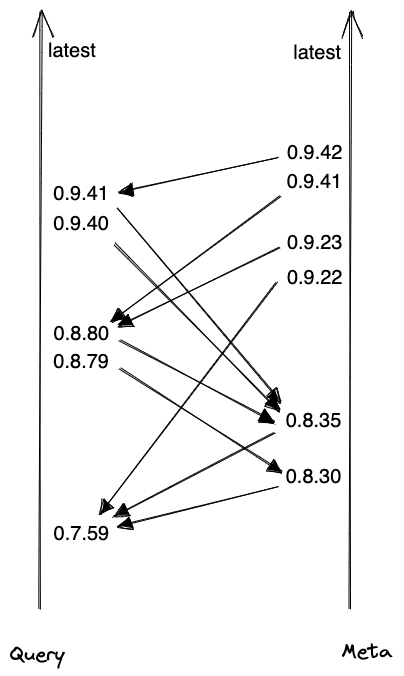
The Excalidraw diagram docs/public/img/deploy/compatibility.excalidraw.png in databendlabs/databend, before a commit. Source tidied: one line per element, renumbered; positions are measured from the earlier drawing's top-left corner, leaving out a move shared by most shapes.
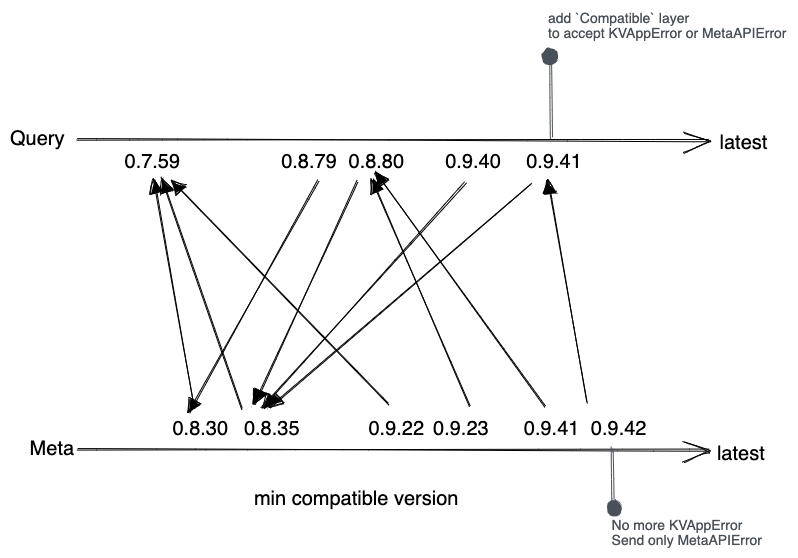
The same file after the commit.

Commit message:
doc: explain compatibility changes

Change to the diagram source:
```diff
@@ -1,27 +1,32 @@
-{"id": 0, "type": "arrow", "strokeColor": "#000000", "strokeWidth": 1, "roughness": 1, "endArrowhead": "arrow", "x": 31, "y": 597, "width": 0, "height": 597, "points": [[0, 0], [0, -597]]}
+{"id": 0, "type": "arrow", "strokeColor": "#000000", "angle": 1.57, "strokeWidth": 1, "roughness": 1, "endArrowhead": "arrow", "from": 3, "to": 12, "x": 63, "y": 687, "width": 0, "height": 632, "points": [[0, 0], [0, -632]]}
-{"id": 1, "type": "arrow", "strokeColor": "#000000", "strokeWidth": 1, "roughness": 1, "endArrowhead": "arrow", "x": 341, "y": 597, "width": 0, "height": 597, "points": [[0, 0], [0, -597]]}
+{"id": 1, "type": "arrow", "strokeColor": "#000000", "angle": 1.57, "strokeWidth": 1, "roughness": 1, "endArrowhead": "arrow", "from": 2, "to": 11, "x": 63, "y": 997, "width": 0, "height": 632, "points": [[0, 0], [0, -632]]}
-{"id": 2, "type": "text", "text": "Meta", "strokeColor": "#000000", "strokeWidth": 1, "roughness": 1, "fontSize": 20, "fontFamily": 1, "x": 332, "y": 628, "width": 53, "height": 25}
+{"id": 2, "type": "text", "text": "Meta", "strokeColor": "#000000", "strokeWidth": 1, "roughness": 1, "fontSize": 20, "fontFamily": 2, "x": -302, "y": 666, "width": 46, "height": 23}
-{"id": 3, "type": "text", "text": "Query", "strokeColor": "#000000", "strokeWidth": 1, "roughness": 1, "fontSize": 20, "fontFamily": 1, "x": 0, "y": 631, "width": 56, "height": 25}
+{"id": 3, "type": "text", "text": "Query", "strokeColor": "#000000", "strokeWidth": 1, "roughness": 1, "fontSize": 20, "fontFamily": 2, "x": -321, "y": 356, "width": 56, "height": 23}
-{"id": 4, "type": "text", "text": "0.7.59", "strokeColor": "#000000", "strokeWidth": 1, "roughness": 1, "fontSize": 20, "fontFamily": 2, "x": 44, "y": 510, "width": 58, "height": 23}
+{"id": 4, "type": "text", "text": "0.7.59", "strokeColor": "#000000", "strokeWidth": 1, "roughness": 1, "fontSize": 20, "fontFamily": 2, "x": -207, "y": 379, "width": 58, "height": 23}
-{"id": 5, "type": "text", "text": "0.8.30", "strokeColor": "#000000", "strokeWidth": 1, "roughness": 1, "fontSize": 20, "fontFamily": 2, "x": 276, "y": 452, "width": 58, "height": 23}
+{"id": 5, "type": "text", "text": "0.8.30", "strokeColor": "#000000", "strokeWidth": 1, "roughness": 1, "fontSize": 20, "fontFamily": 2, "x": -159, "y": 646, "width": 58, "height": 23}
-{"id": 6, "type": "text", "text": "0.8.35", "strokeColor": "#000000", "strokeWidth": 1, "roughness": 1, "fontSize": 20, "fontFamily": 2, "x": 276, "y": 396, "width": 58, "height": 23}
+{"id": 6, "type": "text", "text": "0.8.35", "strokeColor": "#000000", "strokeWidth": 1, "roughness": 1, "fontSize": 20, "fontFamily": 2, "x": -87, "y": 646, "width": 58, "height": 23}
-{"id": 7, "type": "text", "text": "0.8.79", "strokeColor": "#000000", "strokeWidth": 1, "roughness": 1, "fontSize": 20, "fontFamily": 2, "x": 43, "y": 338, "width": 58, "height": 23}
+{"id": 7, "type": "text", "text": "0.8.79", "strokeColor": "#000000", "strokeWidth": 1, "roughness": 1, "fontSize": 20, "fontFamily": 2, "x": -50, "y": 379, "width": 58, "height": 23}
-{"id": 8, "type": "text", "text": "0.8.80", "strokeColor": "#000000", "strokeWidth": 1, "roughness": 1, "fontSize": 20, "fontFamily": 2, "x": 44, "y": 310, "width": 58, "height": 23}
+{"id": 8, "type": "text", "text": "0.8.80", "strokeColor": "#000000", "strokeWidth": 1, "roughness": 1, "fontSize": 20, "fontFamily": 2, "x": 17, "y": 379, "width": 58, "height": 23}
-{"id": 9, "type": "text", "text": "0.9.41", "strokeColor": "#000000", "strokeWidth": 1, "roughness": 1, "fontSize": 20, "fontFamily": 2, "x": 43, "y": 170, "width": 58, "height": 23}
+{"id": 9, "type": "text", "text": "0.9.41", "strokeColor": "#000000", "strokeWidth": 1, "roughness": 1, "fontSize": 20, "fontFamily": 2, "x": 195, "y": 379, "width": 58, "height": 23}
-{"id": 10, "type": "text", "text": "0.9.40", "strokeColor": "#000000", "strokeWidth": 1, "roughness": 1, "fontSize": 20, "fontFamily": 2, "x": 43, "y": 200, "width": 58, "height": 23}
+{"id": 10, "type": "text", "text": "0.9.40", "strokeColor": "#000000", "strokeWidth": 1, "roughness": 1, "fontSize": 20, "fontFamily": 2, "x": 114, "y": 379, "width": 58, "height": 23}
-{"id": 11, "type": "text", "text": "latest", "strokeColor": "#000000", "strokeWidth": 1, "roughness": 1, "fontSize": 20, "fontFamily": 2, "x": 283, "y": 28, "width": 50, "height": 23}
+{"id": 11, "type": "text", "text": "latest", "strokeColor": "#000000", "strokeWidth": 1, "roughness": 1, "fontSize": 20, "fontFamily": 2, "x": 386, "y": 671, "width": 50, "height": 23}
-{"id": 12, "type": "text", "text": "latest", "strokeColor": "#000000", "strokeWidth": 1, "roughness": 1, "fontSize": 20, "fontFamily": 2, "x": 38, "y": 27, "width": 50, "height": 23}
+{"id": 12, "type": "text", "text": "latest", "strokeColor": "#000000", "strokeWidth": 1, "roughness": 1, "fontSize": 20, "fontFamily": 2, "x": 388, "y": 361, "width": 50, "height": 23}
-{"id": 13, "type": "arrow", "strokeColor": "#000000", "strokeWidth": 1, "roughness": 1, "endArrowhead": "triangle", "from": 5, "to": 4, "x": 268, "y": 475, "width": 160, "height": 40, "points": [[0, 0], [-160, 40]]}
+{"id": 13, "type": "arrow", "strokeColor": "#000000", "angle": 1.57, "strokeWidth": 1, "roughness": 1, "endArrowhead": "triangle", "from": 5, "to": 4, "x": -43, "y": 503, "width": 228, "height": 41, "points": [[0, 0], [-228, 41]]}
-{"id": 14, "type": "arrow", "strokeColor": "#000000", "strokeWidth": 1, "roughness": 1, "endArrowhead": "triangle", "from": 7, "to": 5, "x": 110, "y": 358, "width": 162, "height": 102, "points": [[0, 0], [162, 102]]}
+{"id": 14, "type": "arrow", "strokeColor": "#000000", "angle": 1.57, "strokeWidth": 1, "roughness": 1, "endArrowhead": "triangle", "from": 7, "to": 5, "x": -194, "y": 463, "width": 233, "height": 128, "points": [[0, 0], [233, 128]]}
-{"id": 15, "type": "arrow", "strokeColor": "#000000", "strokeWidth": 1, "roughness": 1, "endArrowhead": "triangle", "from": 18, "to": 8, "x": 269, "y": 236, "width": 160, "height": 79, "points": [[0, 0], [-160, 79]]}
+{"id": 15, "type": "arrow", "strokeColor": "#000000", "angle": 1.57, "strokeWidth": 1, "roughness": 1, "endArrowhead": "triangle", "from": 18, "to": 8, "x": 202, "y": 474, "width": 226, "height": 98, "points": [[0, 0], [-226, 98]]}
-{"id": 16, "type": "arrow", "strokeColor": "#000000", "strokeWidth": 1, "roughness": 1, "endArrowhead": "triangle", "from": 8, "to": 6, "x": 109, "y": 329, "width": 156, "height": 82, "points": [[0, 0], [156, 82]]}
+{"id": 16, "type": "arrow", "strokeColor": "#000000", "angle": 1.57, "strokeWidth": 1, "roughness": 1, "endArrowhead": "triangle", "from": 8, "to": 6, "x": -137, "y": 471, "width": 224, "height": 103, "points": [[0, 0], [224, 103]]}
-{"id": 17, "type": "arrow", "strokeColor": "#000000", "strokeWidth": 1, "roughness": 1, "endArrowhead": "triangle", "from": 6, "to": 4, "x": 265, "y": 421, "width": 162, "height": 85, "points": [[0, 0], [-162, 85]]}
+{"id": 17, "type": "arrow", "strokeColor": "#000000", "angle": 1.57, "strokeWidth": 1, "roughness": 1, "endArrowhead": "triangle", "from": 6, "to": 4, "x": -13, "y": 482, "width": 232, "height": 81, "points": [[0, 0], [-232, 81]]}
-{"id": 18, "type": "text", "text": "0.9.23", "strokeColor": "#000000", "strokeWidth": 1, "roughness": 1, "fontSize": 20, "fontFamily": 2, "x": 277, "y": 219, "width": 58, "height": 23}
+{"id": 18, "type": "text", "text": "0.9.23", "strokeColor": "#000000", "strokeWidth": 1, "roughness": 1, "fontSize": 20, "fontFamily": 2, "x": 102, "y": 646, "width": 58, "height": 23}
-{"id": 19, "type": "text", "text": "0.9.41", "strokeColor": "#000000", "strokeWidth": 1, "roughness": 1, "fontSize": 20, "fontFamily": 2, "x": 277, "y": 158, "width": 58, "height": 23}
+{"id": 19, "type": "text", "text": "0.9.41", "strokeColor": "#000000", "strokeWidth": 1, "roughness": 1, "fontSize": 20, "fontFamily": 2, "x": 192, "y": 646, "width": 58, "height": 23}
-{"id": 20, "type": "text", "text": "0.9.42", "strokeColor": "#000000", "strokeWidth": 1, "roughness": 1, "fontSize": 20, "fontFamily": 2, "x": 277, "y": 129, "width": 58, "height": 23}
+{"id": 20, "type": "text", "text": "0.9.42", "strokeColor": "#000000", "strokeWidth": 1, "roughness": 1, "fontSize": 20, "fontFamily": 2, "x": 259, "y": 646, "width": 58, "height": 23}
-{"id": 21, "type": "text", "text": "0.9.22", "strokeColor": "#000000", "strokeWidth": 1, "roughness": 1, "fontSize": 20, "fontFamily": 2, "x": 277, "y": 254, "width": 58, "height": 23}
+{"id": 21, "type": "text", "text": "0.9.22", "strokeColor": "#000000", "strokeWidth": 1, "roughness": 1, "fontSize": 20, "fontFamily": 2, "x": 37, "y": 646, "width": 58, "height": 23}
-{"id": 22, "type": "arrow", "strokeColor": "#000000", "strokeWidth": 1, "roughness": 1, "endArrowhead": "triangle", "from": 21, "to": 4, "x": 267, "y": 271, "width": 176, "height": 231, "points": [[0, 0], [-176, 231]]}
+{"id": 22, "type": "arrow", "strokeColor": "#000000", "angle": 1.57, "strokeWidth": 1, "roughness": 1, "endArrowhead": "triangle", "from": 21, "to": 4, "x": 60, "y": 414, "width": 222, "height": 216, "points": [[0, 0], [-222, 216]]}
-{"id": 23, "type": "arrow", "strokeColor": "#000000", "strokeWidth": 1, "roughness": 1, "endArrowhead": "triangle", "from": 9, "to": 6, "x": 108, "y": 198, "width": 164, "height": 193, "points": [[0, 0], [164, 193]]}
+{"id": 23, "type": "arrow", "strokeColor": "#000000", "angle": 1.57, "strokeWidth": 1, "roughness": 1, "endArrowhead": "triangle", "from": 9, "to": 6, "x": -43, "y": 396, "width": 224, "height": 261, "points": [[0, 0], [224, 261]]}
-{"id": 24, "type": "arrow", "strokeColor": "#000000", "strokeWidth": 1, "roughness": 1, "endArrowhead": "triangle", "from": 10, "to": 6, "x": 104, "y": 233, "width": 165, "height": 169, "points": [[0, 0], [165, 169]]}
+{"id": 24, "type": "arrow", "strokeColor": "#000000", "angle": 1.57, "strokeWidth": 1, "roughness": 1, "endArrowhead": "triangle", "from": 10, "to": 6, "x": -81, "y": 423, "width": 225, "height": 205, "points": [[0, 0], [225, 205]]}
-{"id": 25, "type": "arrow", "strokeColor": "#000000", "strokeWidth": 1, "roughness": 1, "endArrowhead": "triangle", "from": 20, "to": 9, "x": 268, "y": 146, "width": 159, "height": 36, "points": [[0, 0], [-159, 36]]}
+{"id": 25, "type": "arrow", "strokeColor": "#000000", "angle": 1.57, "strokeWidth": 1, "roughness": 1, "endArrowhead": "triangle", "from": 20, "to": 9, "x": 348, "y": 502, "width": 223, "height": 40, "points": [[0, 0], [-223, 40]]}
-{"id": 26, "type": "arrow", "strokeColor": "#000000", "strokeWidth": 1, "roughness": 1, "endArrowhead": "triangle", "from": 19, "to": 8, "x": 271, "y": 184, "width": 168, "height": 126, "points": [[0, 0], [-168, 126]]}
+{"id": 26, "type": "arrow", "strokeColor": "#000000", "angle": 1.57, "strokeWidth": 1, "roughness": 1, "endArrowhead": "triangle", "from": 19, "to": 8, "x": 246, "y": 435, "width": 233, "height": 170, "points": [[0, 0], [-233, 170]]}
+{"id": 27, "type": "text", "text": "min compatible version", "strokeColor": "#000000", "strokeWidth": 1, "roughness": 1, "fontSize": 20, "fontFamily": 2, "x": -77, "y": 717, "width": 207, "height": 23}
+{"id": 28, "type": "text", "text": "add `Compatible` layer\nto accept KVAppError or MetaAPIError", "strokeColor": "#495057", "strokeWidth": 1, "roughness": 1, "fontSize": 13.94, "fontFamily": 2, "x": 217, "y": 240, "width": 240, "height": 32}
+{"id": 29, "type": "arrow", "strokeColor": "#495057", "angle": 1.57, "strokeWidth": 1, "roughness": 1, "endArrowhead": "dot", "from": 9, "to": 28, "x": 260, "y": 328, "width": 82, "height": 0, "points": [[0, 0], [-82, 0]]}
+{"id": 30, "type": "arrow", "strokeColor": "#495057", "strokeWidth": 1, "roughness": 1, "endArrowhead": "dot", "from": 20, "to": 31, "x": 281, "y": 678, "width": 1, "height": 60, "points": [[0, 0], [1, 60]]}
+{"id": 31, "type": "text", "text": "No more KVAppError\nSend only MetaAPIError", "strokeColor": "#495057", "strokeWidth": 1, "roughness": 1, "fontSize": 13.94, "fontFamily": 2, "x": 280, "y": 748, "width": 152, "height": 31}
```
